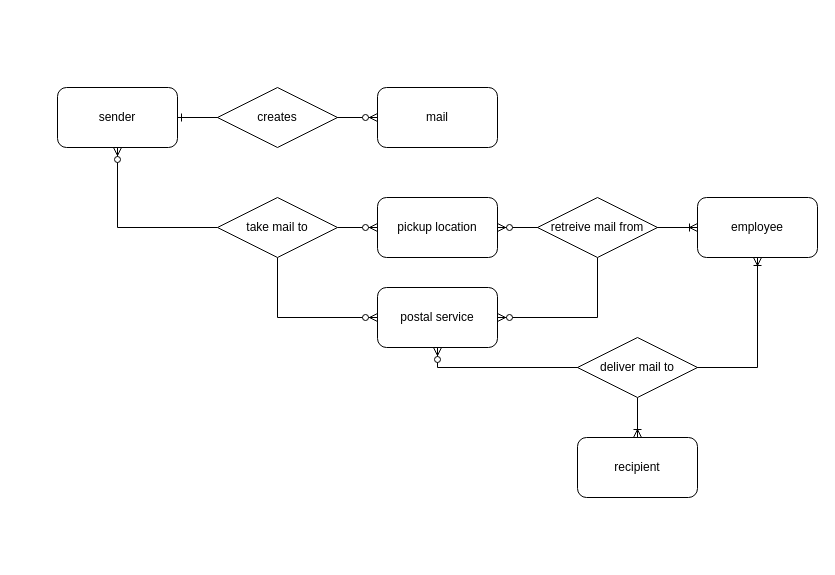
Earlier version of the draw.io diagram page "ER Diagram" (2 of 3) of postalService.drawio (Kabranlar/CFLMS-Jakob-CodeReview-09). Source tidied: cells renumbered, new cells numbered last; positions are measured from the earlier drawing's top-left corner, leaving out a move shared by most shapes. Both pictures are drawn from the tidied source at 100%, with x=0, y=0 at pixel (57, 87).
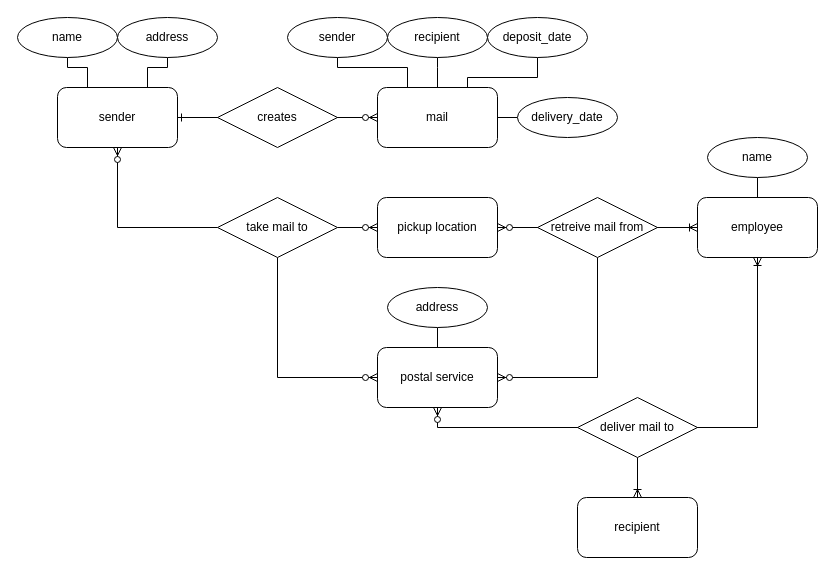
The same page after the edit.

The change refers to these unchanged cells:
```xml
<mxCell id="4" value="sender" style="rounded=1;whiteSpace=wrap;html=1;" parent="1" vertex="1">
  <mxGeometry width="120" height="60" as="geometry" />
</mxCell>
<mxCell id="6" value="mail" style="rounded=1;whiteSpace=wrap;html=1;" parent="1" vertex="1">
  <mxGeometry x="320" width="120" height="60" as="geometry" />
</mxCell>
<mxCell id="9" value="employee" style="rounded=1;whiteSpace=wrap;html=1;" parent="1" vertex="1">
  <mxGeometry x="640" y="110" width="120" height="60" as="geometry" />
</mxCell>
```

What changed in the source:
```diff
@@
     <mxCell id="10" value="postal service" style="rounded=1;whiteSpace=wrap;html=1;" parent="1" vertex="1">
-      <mxGeometry x="320" y="200" width="120" height="60" as="geometry" />
+      <mxGeometry x="320" y="260" width="120" height="60" as="geometry" />
     </mxCell>
     <mxCell id="11" value="recipient" style="rounded=1;whiteSpace=wrap;html=1;" parent="1" vertex="1">
-      <mxGeometry x="520" y="350" width="120" height="60" as="geometry" />
+      <mxGeometry x="520" y="410" width="120" height="60" as="geometry" />
     </mxCell>
@@
     <mxCell id="19" value="deliver mail to" style="shape=rhombus;perimeter=rhombusPerimeter;whiteSpace=wrap;html=1;align=center;" parent="1" vertex="1">
-      <mxGeometry x="520" y="250" width="120" height="60" as="geometry" />
+      <mxGeometry x="520" y="310" width="120" height="60" as="geometry" />
     </mxCell>
+    <mxCell id="20" style="edgeStyle=orthogonalEdgeStyle;rounded=0;jettySize=auto;html=1;exitX=0.5;exitY=1;exitDx=0;exitDy=0;entryX=0.25;entryY=0;entryDx=0;entryDy=0;startArrow=none;startFill=0;endArrow=none;endFill=0;" parent="1" edge="1" source="21" target="4">
+      <mxGeometry relative="1" as="geometry">
+        <Array as="points">
+          <mxPoint x="10" y="-20" />
+          <mxPoint x="30" y="-20" />
+        </Array>
+      </mxGeometry>
+    </mxCell>
+    <mxCell id="21" value="name" style="ellipse;whiteSpace=wrap;html=1;align=center;" parent="1" vertex="1">
+      <mxGeometry x="-40" y="-70" width="100" height="40" as="geometry" />
+    </mxCell>
+    <mxCell id="22" style="edgeStyle=orthogonalEdgeStyle;rounded=0;jettySize=auto;html=1;exitX=0.5;exitY=1;exitDx=0;exitDy=0;entryX=0.75;entryY=0;entryDx=0;entryDy=0;startArrow=none;startFill=0;endArrow=none;endFill=0;" parent="1" edge="1" source="23" target="4">
+      <mxGeometry relative="1" as="geometry">
+        <Array as="points">
+          <mxPoint x="110" y="-20" />
+          <mxPoint x="90" y="-20" />
+        </Array>
+      </mxGeometry>
+    </mxCell>
+    <mxCell id="23" value="address" style="ellipse;whiteSpace=wrap;html=1;align=center;" parent="1" vertex="1">
+      <mxGeometry x="60" y="-70" width="100" height="40" as="geometry" />
+    </mxCell>
+    <mxCell id="24" style="edgeStyle=orthogonalEdgeStyle;rounded=0;jettySize=auto;html=1;exitX=0.5;exitY=1;exitDx=0;exitDy=0;entryX=0.25;entryY=0;entryDx=0;entryDy=0;startArrow=none;startFill=0;endArrow=none;endFill=0;" parent="1" edge="1" source="25" target="6">
+      <mxGeometry relative="1" as="geometry">
+        <Array as="points">
+          <mxPoint x="280" y="-20" />
+          <mxPoint x="350" y="-20" />
+        </Array>
+      </mxGeometry>
+    </mxCell>
+    <mxCell id="25" value="sender" style="ellipse;whiteSpace=wrap;html=1;align=center;" parent="1" vertex="1">
+      <mxGeometry x="230" y="-70" width="100" height="40" as="geometry" />
+    </mxCell>
+    <mxCell id="26" style="edgeStyle=orthogonalEdgeStyle;rounded=0;jettySize=auto;html=1;exitX=0.5;exitY=1;exitDx=0;exitDy=0;entryX=0.5;entryY=0;entryDx=0;entryDy=0;startArrow=none;startFill=0;endArrow=none;endFill=0;" parent="1" edge="1" source="27" target="6">
+      <mxGeometry relative="1" as="geometry">
+        <Array as="points">
+          <mxPoint x="380" y="-20" />
+          <mxPoint x="380" y="-20" />
+        </Array>
+      </mxGeometry>
+    </mxCell>
+    <mxCell id="27" value="recipient" style="ellipse;whiteSpace=wrap;html=1;align=center;" parent="1" vertex="1">
+      <mxGeometry x="330" y="-70" width="100" height="40" as="geometry" />
+    </mxCell>
+    <mxCell id="28" style="edgeStyle=orthogonalEdgeStyle;rounded=0;jettySize=auto;html=1;exitX=0.5;exitY=1;exitDx=0;exitDy=0;entryX=0.75;entryY=0;entryDx=0;entryDy=0;startArrow=none;startFill=0;endArrow=none;endFill=0;" parent="1" edge="1" source="29" target="6">
+      <mxGeometry relative="1" as="geometry">
+        <Array as="points">
+          <mxPoint x="480" y="-10" />
+          <mxPoint x="410" y="-10" />
+        </Array>
+      </mxGeometry>
+    </mxCell>
+    <mxCell id="29" value="deposit_date" style="ellipse;whiteSpace=wrap;html=1;align=center;" parent="1" vertex="1">
+      <mxGeometry x="430" y="-70" width="100" height="40" as="geometry" />
+    </mxCell>
+    <mxCell id="30" style="edgeStyle=orthogonalEdgeStyle;rounded=0;jettySize=auto;html=1;exitX=0;exitY=0.5;exitDx=0;exitDy=0;entryX=1;entryY=0.5;entryDx=0;entryDy=0;startArrow=none;startFill=0;endArrow=none;endFill=0;" parent="1" edge="1" source="31" target="6">
+      <mxGeometry relative="1" as="geometry" />
+    </mxCell>
+    <mxCell id="31" value="delivery_date" style="ellipse;whiteSpace=wrap;html=1;align=center;" parent="1" vertex="1">
+      <mxGeometry x="460" y="10" width="100" height="40" as="geometry" />
+    </mxCell>
+    <mxCell id="32" style="edgeStyle=orthogonalEdgeStyle;rounded=0;jettySize=auto;html=1;exitX=0.5;exitY=1;exitDx=0;exitDy=0;startArrow=none;startFill=0;endArrow=none;endFill=0;" parent="1" edge="1" source="33">
+      <mxGeometry relative="1" as="geometry">
+        <mxPoint x="700" y="110" as="targetPoint" />
+      </mxGeometry>
+    </mxCell>
+    <mxCell id="33" value="name" style="ellipse;whiteSpace=wrap;html=1;align=center;" parent="1" vertex="1">
+      <mxGeometry x="650" y="50" width="100" height="40" as="geometry" />
+    </mxCell>
+    <mxCell id="34" style="edgeStyle=orthogonalEdgeStyle;rounded=0;orthogonalLoop=1;jettySize=auto;html=1;exitX=0.75;exitY=0;exitDx=0;exitDy=0;entryX=0.5;entryY=0;entryDx=0;entryDy=0;startArrow=none;startFill=0;endArrow=none;endFill=0;" parent="1" edge="1" source="9" target="9">
+      <mxGeometry relative="1" as="geometry" />
+    </mxCell>
+    <mxCell id="35" style="edgeStyle=orthogonalEdgeStyle;rounded=0;jettySize=auto;html=1;exitX=0.5;exitY=1;exitDx=0;exitDy=0;entryX=0.5;entryY=0;entryDx=0;entryDy=0;startArrow=none;startFill=0;endArrow=none;endFill=0;" parent="1" edge="1" source="36" target="10">
+      <mxGeometry relative="1" as="geometry" />
+    </mxCell>
+    <mxCell id="36" value="address" style="ellipse;whiteSpace=wrap;html=1;align=center;" parent="1" vertex="1">
+      <mxGeometry x="330" y="200" width="100" height="40" as="geometry" />
+    </mxCell>
```
